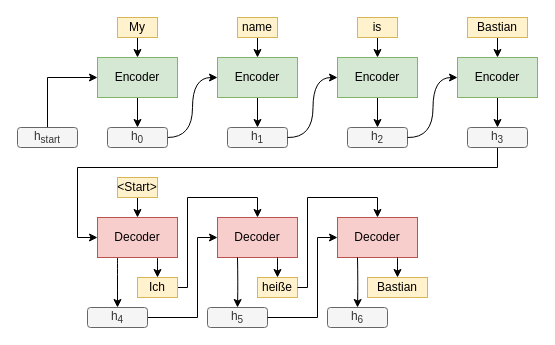
Above: figures/drawio/rnn-visualization.drawio in Bastian/bachelors-thesis (draw.io), before the change. Source tidied: cells renumbered, new cells numbered last; positions are measured from the earlier drawing's top-left corner, leaving out a move shared by most shapes. Both pictures are drawn from the tidied source at 100%, with x=0, y=0 at pixel (17, 17).
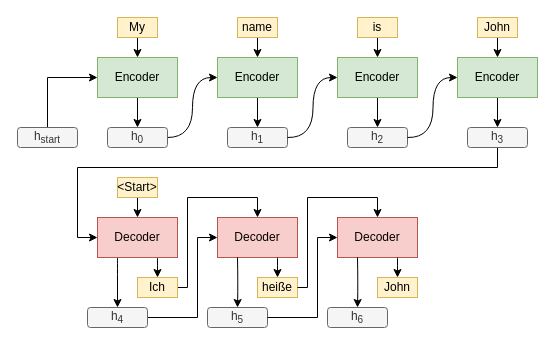
The same diagram, later.

Commit message (it also covers changes not shown here):
Change name in rnn visualization

Using a generic name like John (from John Doe) feels better.

What changed in the source:
```diff
@@
-    <mxCell id="30" value="Bastian" style="text;html=1;strokeColor=#d6b656;fillColor=#fff2cc;align=center;verticalAlign=middle;whiteSpace=wrap;rounded=0;" parent="1" vertex="1">
-      <mxGeometry x="450" width="60" height="20" as="geometry" />
+    <mxCell id="30" value="John" style="text;html=1;strokeColor=#d6b656;fillColor=#fff2cc;align=center;verticalAlign=middle;whiteSpace=wrap;rounded=0;" parent="1" vertex="1">
+      <mxGeometry x="460" width="40" height="20" as="geometry" />
     </mxCell>
@@
-    <mxCell id="47" value="Bastian" style="text;html=1;strokeColor=#d6b656;fillColor=#fff2cc;align=center;verticalAlign=middle;whiteSpace=wrap;rounded=0;" parent="1" vertex="1">
-      <mxGeometry x="350" y="260" width="60" height="20" as="geometry" />
+    <mxCell id="47" value="John" style="text;html=1;strokeColor=#d6b656;fillColor=#fff2cc;align=center;verticalAlign=middle;whiteSpace=wrap;rounded=0;" parent="1" vertex="1">
+      <mxGeometry x="360" y="260" width="40" height="20" as="geometry" />
     </mxCell>
```
